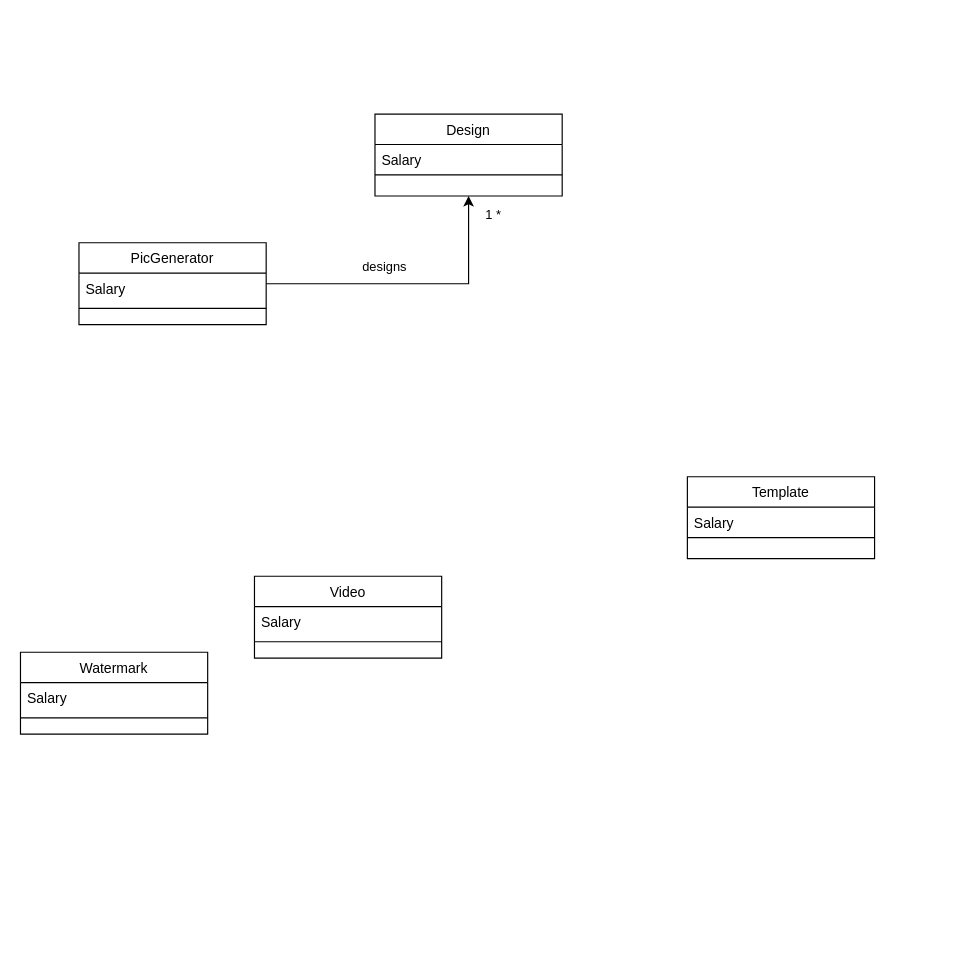
Earlier version of the draw.io diagram schematics/picgenius_class_diagram.drawio (Hackhim/Picgenius). Source tidied: cells renumbered, new cells numbered last; positions are measured from the earlier drawing's top-left corner, leaving out a move shared by most shapes. Both pictures are drawn from the tidied source at 117%, with x=0, y=0 at pixel (20, 113).
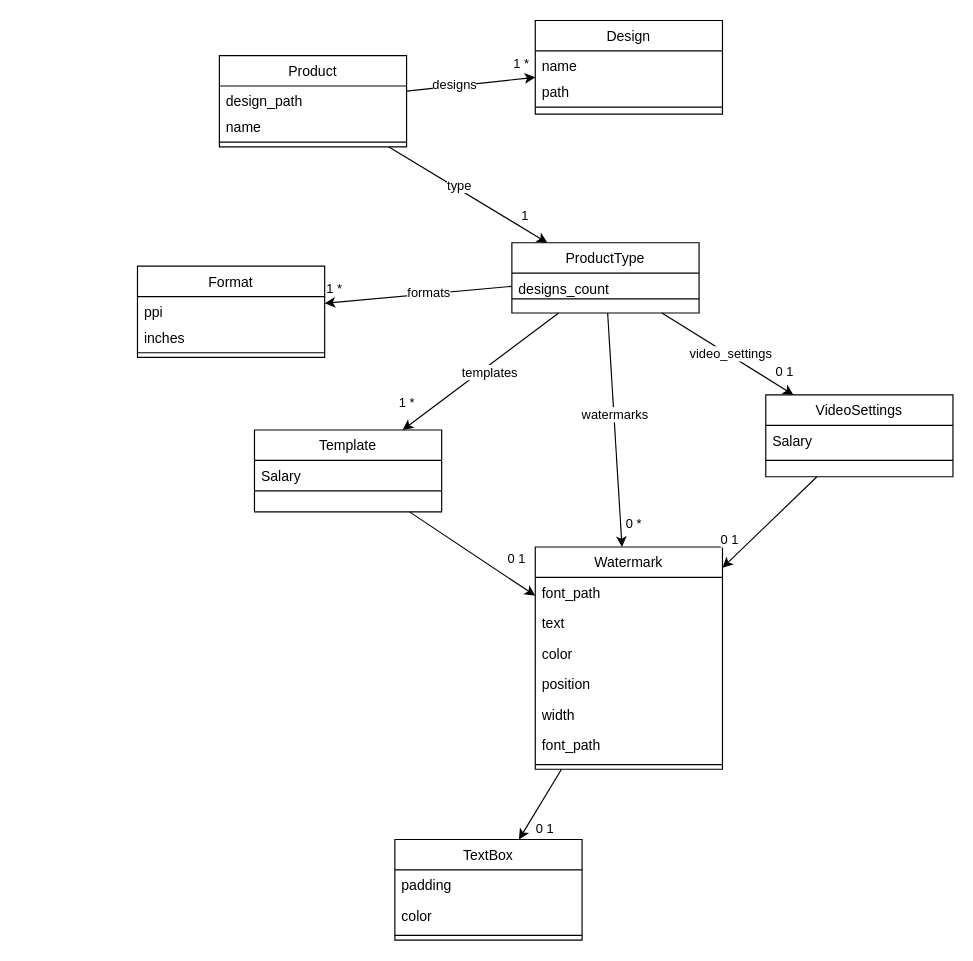
After the change.

Diff of the diagram source:
```diff
@@
-    <mxCell id="2" style="edgeStyle=orthogonalEdgeStyle;rounded=0;jettySize=auto;html=1;" parent="1" edge="1" source="5" target="8">
-      <mxGeometry relative="1" as="geometry" />
-    </mxCell>
-    <mxCell id="3" value="designs" style="edgeLabel;html=1;align=center;verticalAlign=middle;" parent="2" vertex="1">
-      <mxGeometry x="-0.64" y="2" relative="1" as="geometry">
-        <mxPoint x="55" y="-13" as="offset" />
-      </mxGeometry>
-    </mxCell>
-    <mxCell id="4" value="1 *" style="edgeLabel;html=1;align=center;verticalAlign=middle;" parent="2" vertex="1">
-      <mxGeometry x="0.81" y="2" relative="1" as="geometry">
-        <mxPoint x="22" y="-9" as="offset" />
-      </mxGeometry>
-    </mxCell>
-    <mxCell id="5" value="PicGenerator" style="swimlane;fontStyle=0;align=center;verticalAlign=top;horizontal=1;startSize=26;rounded=0;shadow=0;strokeWidth=1;" parent="1" vertex="1">
-      <mxGeometry x="50" y="110" width="160" height="70" as="geometry" />
-    </mxCell>
-    <mxCell id="6" value="Salary" style="text;align=left;verticalAlign=top;spacingLeft=4;spacingRight=4;overflow=hidden;" parent="5" vertex="1">
-      <mxGeometry y="26" width="160" height="26" as="geometry" />
-    </mxCell>
-    <mxCell id="7" style="line;html=1;strokeWidth=1;align=left;verticalAlign=middle;spacingTop=-1;spacingLeft=3;spacingRight=3;labelPosition=right;" parent="5" vertex="1">
-      <mxGeometry y="52" width="160" height="8" as="geometry" />
-    </mxCell>
     <mxCell id="8" value="Design" style="swimlane;fontStyle=0;align=center;verticalAlign=top;horizontal=1;startSize=26;rounded=0;shadow=0;strokeWidth=1;" parent="1" vertex="1">
-      <mxGeometry x="303" width="160" height="70" as="geometry" />
+      <mxGeometry x="440" y="-80" width="160" height="80" as="geometry" />
     </mxCell>
-    <mxCell id="9" value="Salary" style="text;align=left;verticalAlign=top;spacingLeft=4;spacingRight=4;overflow=hidden;" parent="8" vertex="1">
+    <mxCell id="9" value="name" style="text;align=left;verticalAlign=top;spacingLeft=4;spacingRight=4;overflow=hidden;" parent="8" vertex="1">
       <mxGeometry y="26" width="160" height="22" as="geometry" />
     </mxCell>
+    <mxCell id="20" value="path" style="text;align=left;verticalAlign=top;spacingLeft=4;spacingRight=4;overflow=hidden;" parent="8" vertex="1">
+      <mxGeometry y="48" width="160" height="22" as="geometry" />
+    </mxCell>
     <mxCell id="10" style="line;html=1;strokeWidth=1;align=left;verticalAlign=middle;spacingTop=-1;spacingLeft=3;spacingRight=3;labelPosition=right;" parent="8" vertex="1">
-      <mxGeometry y="48" width="160" height="8" as="geometry" />
+      <mxGeometry y="70" width="160" height="8" as="geometry" />
     </mxCell>
     <mxCell id="11" value="Template" style="swimlane;fontStyle=0;align=center;verticalAlign=top;horizontal=1;startSize=26;rounded=0;shadow=0;strokeWidth=1;" parent="1" vertex="1">
-      <mxGeometry x="570" y="310" width="160" height="70" as="geometry" />
+      <mxGeometry x="200" y="270" width="160" height="70" as="geometry" />
     </mxCell>
@@
-    <mxCell id="14" value="Video" style="swimlane;fontStyle=0;align=center;verticalAlign=top;horizontal=1;startSize=26;rounded=0;shadow=0;strokeWidth=1;" parent="1" vertex="1">
-      <mxGeometry x="200" y="395" width="160" height="70" as="geometry" />
+    <mxCell id="14" value="VideoSettings" style="swimlane;fontStyle=0;align=center;verticalAlign=top;horizontal=1;startSize=26;rounded=0;shadow=0;strokeWidth=1;" parent="1" vertex="1">
+      <mxGeometry x="637" y="240" width="160" height="70" as="geometry" />
     </mxCell>
@@
     <mxCell id="17" value="Watermark" style="swimlane;fontStyle=0;align=center;verticalAlign=top;horizontal=1;startSize=26;rounded=0;shadow=0;strokeWidth=1;" parent="1" vertex="1">
-      <mxGeometry y="460" width="160" height="70" as="geometry" />
+      <mxGeometry x="440" y="370" width="160" height="190" as="geometry" />
     </mxCell>
-    <mxCell id="18" value="Salary" style="text;align=left;verticalAlign=top;spacingLeft=4;spacingRight=4;overflow=hidden;" parent="17" vertex="1">
+    <mxCell id="18" value="font_path" style="text;align=left;verticalAlign=top;spacingLeft=4;spacingRight=4;overflow=hidden;" parent="17" vertex="1">
       <mxGeometry y="26" width="160" height="26" as="geometry" />
     </mxCell>
+    <mxCell id="21" value="text" style="text;align=left;verticalAlign=top;spacingLeft=4;spacingRight=4;overflow=hidden;" parent="17" vertex="1">
+      <mxGeometry y="52" width="160" height="26" as="geometry" />
+    </mxCell>
+    <mxCell id="22" value="color" style="text;align=left;verticalAlign=top;spacingLeft=4;spacingRight=4;overflow=hidden;" parent="17" vertex="1">
+      <mxGeometry y="78" width="160" height="26" as="geometry" />
+    </mxCell>
+    <mxCell id="23" value="position" style="text;align=left;verticalAlign=top;spacingLeft=4;spacingRight=4;overflow=hidden;" parent="17" vertex="1">
+      <mxGeometry y="104" width="160" height="26" as="geometry" />
+    </mxCell>
+    <mxCell id="24" value="width" style="text;align=left;verticalAlign=top;spacingLeft=4;spacingRight=4;overflow=hidden;" parent="17" vertex="1">
+      <mxGeometry y="130" width="160" height="26" as="geometry" />
+    </mxCell>
+    <mxCell id="25" value="font_path" style="text;align=left;verticalAlign=top;spacingLeft=4;spacingRight=4;overflow=hidden;" parent="17" vertex="1">
+      <mxGeometry y="156" width="160" height="26" as="geometry" />
+    </mxCell>
     <mxCell id="19" style="line;html=1;strokeWidth=1;align=left;verticalAlign=middle;spacingTop=-1;spacingLeft=3;spacingRight=3;labelPosition=right;" parent="17" vertex="1">
-      <mxGeometry y="52" width="160" height="8" as="geometry" />
+      <mxGeometry y="182" width="160" height="8" as="geometry" />
     </mxCell>
+    <mxCell id="26" value="Product" style="swimlane;fontStyle=0;align=center;verticalAlign=top;horizontal=1;startSize=26;rounded=0;shadow=0;strokeWidth=1;" parent="1" vertex="1">
+      <mxGeometry x="170" y="-50" width="160" height="78" as="geometry" />
+    </mxCell>
+    <mxCell id="27" value="design_path" style="text;align=left;verticalAlign=top;spacingLeft=4;spacingRight=4;overflow=hidden;" parent="26" vertex="1">
+      <mxGeometry y="26" width="160" height="22" as="geometry" />
+    </mxCell>
+    <mxCell id="28" value="name" style="text;align=left;verticalAlign=top;spacingLeft=4;spacingRight=4;overflow=hidden;" parent="26" vertex="1">
+      <mxGeometry y="48" width="160" height="22" as="geometry" />
+    </mxCell>
+    <mxCell id="29" style="line;html=1;strokeWidth=1;align=left;verticalAlign=middle;spacingTop=-1;spacingLeft=3;spacingRight=3;labelPosition=right;" parent="26" vertex="1">
+      <mxGeometry y="70" width="160" height="8" as="geometry" />
+    </mxCell>
+    <mxCell id="30" value="ProductType" style="swimlane;fontStyle=0;align=center;verticalAlign=top;horizontal=1;startSize=26;rounded=0;shadow=0;strokeWidth=1;" parent="1" vertex="1">
+      <mxGeometry x="420" y="110" width="160" height="60" as="geometry" />
+    </mxCell>
+    <mxCell id="31" value="designs_count&#10;" style="text;align=left;verticalAlign=top;spacingLeft=4;spacingRight=4;overflow=hidden;" parent="30" vertex="1">
+      <mxGeometry y="26" width="160" height="18" as="geometry" />
+    </mxCell>
+    <mxCell id="32" style="line;html=1;strokeWidth=1;align=left;verticalAlign=middle;spacingTop=-1;spacingLeft=3;spacingRight=3;labelPosition=right;" parent="30" vertex="1">
+      <mxGeometry y="44" width="160" height="8" as="geometry" />
+    </mxCell>
+    <mxCell id="33" value="Format" style="swimlane;fontStyle=0;align=center;verticalAlign=top;horizontal=1;startSize=26;rounded=0;shadow=0;strokeWidth=1;" parent="1" vertex="1">
+      <mxGeometry x="100" y="130" width="160" height="78" as="geometry" />
+    </mxCell>
+    <mxCell id="34" value="ppi" style="text;align=left;verticalAlign=top;spacingLeft=4;spacingRight=4;overflow=hidden;" parent="33" vertex="1">
+      <mxGeometry y="26" width="160" height="22" as="geometry" />
+    </mxCell>
+    <mxCell id="35" value="inches" style="text;align=left;verticalAlign=top;spacingLeft=4;spacingRight=4;overflow=hidden;" parent="33" vertex="1">
+      <mxGeometry y="48" width="160" height="22" as="geometry" />
+    </mxCell>
+    <mxCell id="36" style="line;html=1;strokeWidth=1;align=left;verticalAlign=middle;spacingTop=-1;spacingLeft=3;spacingRight=3;labelPosition=right;" parent="33" vertex="1">
+      <mxGeometry y="70" width="160" height="8" as="geometry" />
+    </mxCell>
+    <mxCell id="37" style="endArrow=classic;html=1;rounded=0;" parent="1" edge="1" source="26" target="30">
+      <mxGeometry relative="1" as="geometry" />
+    </mxCell>
+    <mxCell id="38" value="1" style="edgeLabel;html=1;align=center;verticalAlign=middle;" parent="37" vertex="1">
+      <mxGeometry x="0.49" y="3" relative="1" as="geometry">
+        <mxPoint x="13" as="offset" />
+      </mxGeometry>
+    </mxCell>
+    <mxCell id="39" value="type" style="edgeLabel;html=1;align=center;verticalAlign=middle;" parent="37" vertex="1">
+      <mxGeometry x="-0.21" y="-6" relative="1" as="geometry">
+        <mxPoint x="9" y="-5" as="offset" />
+      </mxGeometry>
+    </mxCell>
+    <mxCell id="40" style="endArrow=classic;html=1;rounded=0;" parent="1" edge="1" source="26" target="8">
+      <mxGeometry relative="1" as="geometry" />
+    </mxCell>
+    <mxCell id="41" value="1 *" style="edgeLabel;html=1;align=center;verticalAlign=middle;" parent="40" vertex="1">
+      <mxGeometry x="0.49" y="3" relative="1" as="geometry">
+        <mxPoint x="16" y="-12" as="offset" />
+      </mxGeometry>
+    </mxCell>
+    <mxCell id="3" value="designs" style="edgeLabel;html=1;align=center;verticalAlign=middle;" parent="40" vertex="1">
+      <mxGeometry x="-0.25" y="2" relative="1" as="geometry" />
+    </mxCell>
+    <mxCell id="42" style="endArrow=classic;html=1;rounded=0;" parent="1" edge="1" source="30" target="33">
+      <mxGeometry relative="1" as="geometry" />
+    </mxCell>
+    <mxCell id="43" value="1 *" style="edgeLabel;html=1;align=center;verticalAlign=middle;" parent="42" vertex="1">
+      <mxGeometry x="0.49" y="3" relative="1" as="geometry">
+        <mxPoint x="-33" y="-13" as="offset" />
+      </mxGeometry>
+    </mxCell>
+    <mxCell id="44" value="formats" style="edgeLabel;html=1;align=center;verticalAlign=middle;" parent="42" vertex="1">
+      <mxGeometry x="-0.1" y="-1" relative="1" as="geometry" />
+    </mxCell>
+    <mxCell id="45" style="endArrow=classic;html=1;rounded=0;" parent="1" edge="1" source="30" target="17">
+      <mxGeometry relative="1" as="geometry" />
+    </mxCell>
+    <mxCell id="46" value="0 *" style="edgeLabel;html=1;align=center;verticalAlign=middle;" parent="45" vertex="1">
+      <mxGeometry x="0.49" y="3" relative="1" as="geometry">
+        <mxPoint x="10" y="31" as="offset" />
+      </mxGeometry>
+    </mxCell>
+    <mxCell id="47" value="watermarks" style="edgeLabel;html=1;align=center;verticalAlign=middle;" parent="45" vertex="1">
+      <mxGeometry x="-0.13" relative="1" as="geometry" />
+    </mxCell>
+    <mxCell id="48" style="endArrow=classic;html=1;rounded=0;" parent="1" edge="1" source="30" target="14">
+      <mxGeometry relative="1" as="geometry" />
+    </mxCell>
+    <mxCell id="49" value="0 1" style="edgeLabel;html=1;align=center;verticalAlign=middle;" parent="48" vertex="1">
+      <mxGeometry x="0.49" y="3" relative="1" as="geometry">
+        <mxPoint x="19" as="offset" />
+      </mxGeometry>
+    </mxCell>
+    <mxCell id="50" value="video_settings" style="edgeLabel;html=1;align=center;verticalAlign=middle;" parent="48" vertex="1">
+      <mxGeometry x="0.18" y="-1" relative="1" as="geometry">
+        <mxPoint x="-7" y="-8" as="offset" />
+      </mxGeometry>
+    </mxCell>
+    <mxCell id="51" style="endArrow=classic;html=1;rounded=0;" parent="1" edge="1" source="30" target="11">
+      <mxGeometry relative="1" as="geometry" />
+    </mxCell>
+    <mxCell id="52" value="1 *" style="edgeLabel;html=1;align=center;verticalAlign=middle;" parent="51" vertex="1">
+      <mxGeometry x="0.49" y="3" relative="1" as="geometry">
+        <mxPoint x="-33" as="offset" />
+      </mxGeometry>
+    </mxCell>
+    <mxCell id="53" value="templates" style="edgeLabel;html=1;align=center;verticalAlign=middle;" parent="51" vertex="1">
+      <mxGeometry x="-0.17" y="2" relative="1" as="geometry">
+        <mxPoint x="-6" y="7" as="offset" />
+      </mxGeometry>
+    </mxCell>
+    <mxCell id="54" style="endArrow=classic;html=1;rounded=0;" parent="1" edge="1" source="11" target="17">
+      <mxGeometry relative="1" as="geometry" />
+    </mxCell>
+    <mxCell id="55" value="0 1" style="edgeLabel;html=1;align=center;verticalAlign=middle;" parent="54" vertex="1">
+      <mxGeometry x="0.49" y="3" relative="1" as="geometry">
+        <mxPoint x="9" y="-11" as="offset" />
+      </mxGeometry>
+    </mxCell>
+    <mxCell id="56" style="endArrow=classic;html=1;rounded=0;" parent="1" edge="1" source="14" target="17">
+      <mxGeometry relative="1" as="geometry" />
+    </mxCell>
+    <mxCell id="57" value="0 1" style="edgeLabel;html=1;align=center;verticalAlign=middle;" parent="56" vertex="1">
+      <mxGeometry x="0.49" y="3" relative="1" as="geometry">
+        <mxPoint x="-17" y="-7" as="offset" />
+      </mxGeometry>
+    </mxCell>
+    <mxCell id="58" value="TextBox" style="swimlane;fontStyle=0;align=center;verticalAlign=top;horizontal=1;startSize=26;rounded=0;shadow=0;strokeWidth=1;" parent="1" vertex="1">
+      <mxGeometry x="320" y="620" width="160" height="86" as="geometry" />
+    </mxCell>
+    <mxCell id="59" value="padding" style="text;align=left;verticalAlign=top;spacingLeft=4;spacingRight=4;overflow=hidden;" parent="58" vertex="1">
+      <mxGeometry y="26" width="160" height="26" as="geometry" />
+    </mxCell>
+    <mxCell id="60" value="color" style="text;align=left;verticalAlign=top;spacingLeft=4;spacingRight=4;overflow=hidden;" parent="58" vertex="1">
+      <mxGeometry y="52" width="160" height="26" as="geometry" />
+    </mxCell>
+    <mxCell id="61" style="line;html=1;strokeWidth=1;align=left;verticalAlign=middle;spacingTop=-1;spacingLeft=3;spacingRight=3;labelPosition=right;" parent="58" vertex="1">
+      <mxGeometry y="78" width="160" height="8" as="geometry" />
+    </mxCell>
+    <mxCell id="62" style="endArrow=classic;html=1;rounded=0;" parent="1" edge="1" source="17" target="58">
+      <mxGeometry relative="1" as="geometry" />
+    </mxCell>
+    <mxCell id="63" value="0 1" style="edgeLabel;html=1;align=center;verticalAlign=middle;" parent="62" vertex="1">
+      <mxGeometry x="0.49" y="3" relative="1" as="geometry">
+        <mxPoint x="9" y="4" as="offset" />
+      </mxGeometry>
+    </mxCell>
```
